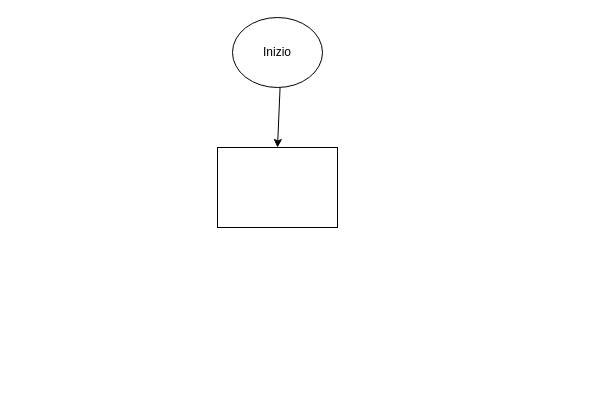
K1ngadr1an/spuntafy keeps this draw.io diagram as FlowchartappSpuntafy.dio. Above is the earlier version. Source tidied: cells renumbered, new cells numbered last; positions are measured from the earlier drawing's top-left corner, leaving out a move shared by most shapes. Both pictures are drawn from the tidied source at 100%, with x=0, y=0 at pixel (217, 17).
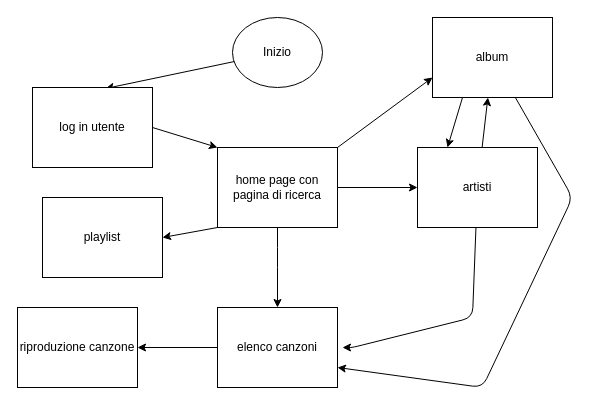
Above is the later version.

Commit message (it also covers changes not shown here):
creazione flowchart

Unchanged cells that the change refers to:
```xml
<mxCell id="3" value="Inizio" style="ellipse;whiteSpace=wrap;html=1;" parent="1" vertex="1">
  <mxGeometry x="15" width="90" height="70" as="geometry" />
</mxCell>
```

Change to the diagram source:
```diff
@@
-    <mxCell id="2" style="edgeStyle=none;html=1;" parent="1" edge="1" source="3" target="4">
+    <mxCell id="2" style="edgeStyle=none;html=1;entryX=0.608;entryY=0.013;entryDx=0;entryDy=0;entryPerimeter=0;" parent="1" edge="1" source="3" target="19">
       <mxGeometry relative="1" as="geometry" />
     </mxCell>
@@
+    <mxCell id="5" style="edgeStyle=none;html=1;" parent="1" edge="1" source="4" target="10">
+      <mxGeometry relative="1" as="geometry">
+        <Array as="points">
+          <mxPoint x="60" y="240" />
+        </Array>
+      </mxGeometry>
+    </mxCell>
+    <mxCell id="6" style="edgeStyle=none;html=1;" parent="1" edge="1" source="4" target="14">
+      <mxGeometry relative="1" as="geometry" />
+    </mxCell>
+    <mxCell id="7" style="edgeStyle=none;html=1;exitX=1;exitY=0;exitDx=0;exitDy=0;entryX=0;entryY=0.75;entryDx=0;entryDy=0;" parent="1" edge="1" source="4" target="17">
+      <mxGeometry relative="1" as="geometry" />
+    </mxCell>
+    <mxCell id="8" style="edgeStyle=none;html=1;exitX=0;exitY=1;exitDx=0;exitDy=0;" parent="1" edge="1" source="4">
+      <mxGeometry relative="1" as="geometry">
+        <mxPoint x="-55" y="220" as="targetPoint" />
+      </mxGeometry>
+    </mxCell>
-    <mxCell id="4" style="whiteSpace=wrap;html=1;" parent="1" vertex="1">
+    <mxCell id="4" value="home page con pagina di ricerca" style="whiteSpace=wrap;html=1;" parent="1" vertex="1">
       <mxGeometry y="130" width="120" height="80" as="geometry" />
     </mxCell>
+    <mxCell id="9" style="edgeStyle=none;html=1;" parent="1" edge="1" source="10" target="11">
+      <mxGeometry relative="1" as="geometry" />
+    </mxCell>
+    <mxCell id="10" value="elenco canzoni" style="whiteSpace=wrap;html=1;" parent="1" vertex="1">
+      <mxGeometry y="290" width="120" height="80" as="geometry" />
+    </mxCell>
+    <mxCell id="11" value="riproduzione canzone" style="whiteSpace=wrap;html=1;" parent="1" vertex="1">
+      <mxGeometry x="-200" y="290" width="120" height="80" as="geometry" />
+    </mxCell>
+    <mxCell id="12" style="edgeStyle=none;html=1;" parent="1" edge="1" source="14">
+      <mxGeometry relative="1" as="geometry">
+        <mxPoint x="125" y="330" as="targetPoint" />
+        <Array as="points">
+          <mxPoint x="255" y="300" />
+          <mxPoint x="135" y="330" />
+        </Array>
+      </mxGeometry>
+    </mxCell>
+    <mxCell id="13" style="edgeStyle=none;html=1;" parent="1" edge="1" source="14" target="17">
+      <mxGeometry relative="1" as="geometry" />
+    </mxCell>
+    <mxCell id="14" value="artisti" style="whiteSpace=wrap;html=1;" parent="1" vertex="1">
+      <mxGeometry x="200" y="130" width="120" height="80" as="geometry" />
+    </mxCell>
+    <mxCell id="15" style="edgeStyle=none;html=1;entryX=1;entryY=0.75;entryDx=0;entryDy=0;" parent="1" edge="1" source="17" target="10">
+      <mxGeometry relative="1" as="geometry">
+        <Array as="points">
+          <mxPoint x="355" y="180" />
+          <mxPoint x="265" y="370" />
+        </Array>
+      </mxGeometry>
+    </mxCell>
+    <mxCell id="16" style="edgeStyle=none;html=1;exitX=0.25;exitY=1;exitDx=0;exitDy=0;entryX=0.25;entryY=0;entryDx=0;entryDy=0;" parent="1" edge="1" source="17" target="14">
+      <mxGeometry relative="1" as="geometry" />
+    </mxCell>
+    <mxCell id="17" value="album" style="whiteSpace=wrap;html=1;" parent="1" vertex="1">
+      <mxGeometry x="215" width="120" height="80" as="geometry" />
+    </mxCell>
+    <mxCell id="18" style="edgeStyle=none;html=1;exitX=1;exitY=0.5;exitDx=0;exitDy=0;entryX=0;entryY=0;entryDx=0;entryDy=0;" parent="1" edge="1" source="19" target="4">
+      <mxGeometry relative="1" as="geometry" />
+    </mxCell>
+    <mxCell id="19" value="log in utente" style="whiteSpace=wrap;html=1;" parent="1" vertex="1">
+      <mxGeometry x="-185" y="70" width="120" height="80" as="geometry" />
+    </mxCell>
+    <mxCell id="20" value="playlist" style="whiteSpace=wrap;html=1;" parent="1" vertex="1">
+      <mxGeometry x="-175" y="180" width="120" height="80" as="geometry" />
+    </mxCell>
```
